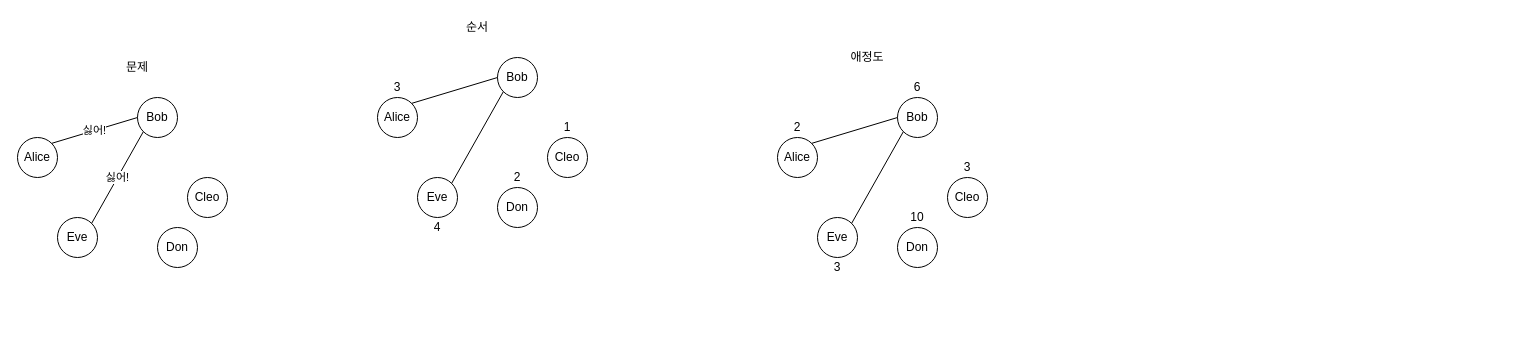
The draw.io diagram 20171483_한태규_Puzzlie8/문제_분석.drawio in TaegyuHan/Puzzlie_algorithm_with_python, before the edit. Source tidied: cells renumbered, new cells numbered last; positions are measured from the earlier drawing's top-left corner, leaving out a move shared by most shapes. Both pictures are drawn from the tidied source at 100%, with x=0, y=0 at pixel (17, 17).
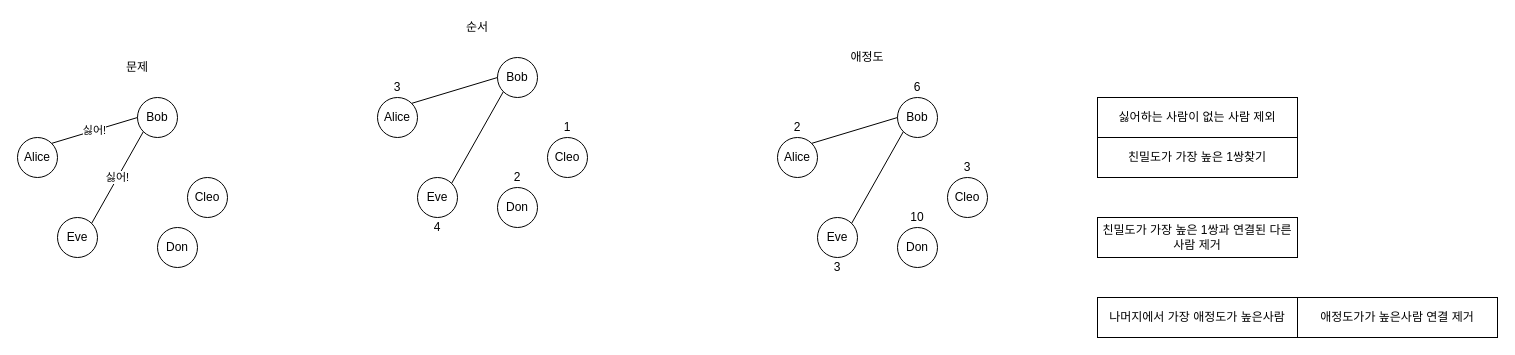
Above is the later version.

Diff of the diagram source:
```diff
@@
+    <mxCell id="35" value="싫어하는 사람이 없는 사람 제외" style="rounded=0;whiteSpace=wrap;html=1;" parent="1" vertex="1">
+      <mxGeometry x="1080" y="80" width="200" height="40" as="geometry" />
+    </mxCell>
+    <mxCell id="36" value="친밀도가 가장 높은 1쌍찾기" style="rounded=0;whiteSpace=wrap;html=1;" parent="1" vertex="1">
+      <mxGeometry x="1080" y="120" width="200" height="40" as="geometry" />
+    </mxCell>
+    <mxCell id="37" value="친밀도가 가장 높은 1쌍과 연결된 다른 사람 제거" style="rounded=0;whiteSpace=wrap;html=1;" parent="1" vertex="1">
+      <mxGeometry x="1080" y="200" width="200" height="40" as="geometry" />
+    </mxCell>
+    <mxCell id="38" value="나머지에서 가장 애정도가 높은사람" style="rounded=0;whiteSpace=wrap;html=1;" parent="1" vertex="1">
+      <mxGeometry x="1080" y="280" width="200" height="40" as="geometry" />
+    </mxCell>
+    <mxCell id="39" value="애정도가가 높은사람 연결 제거" style="rounded=0;whiteSpace=wrap;html=1;" parent="1" vertex="1">
+      <mxGeometry x="1280" y="280" width="200" height="40" as="geometry" />
+    </mxCell>
```
